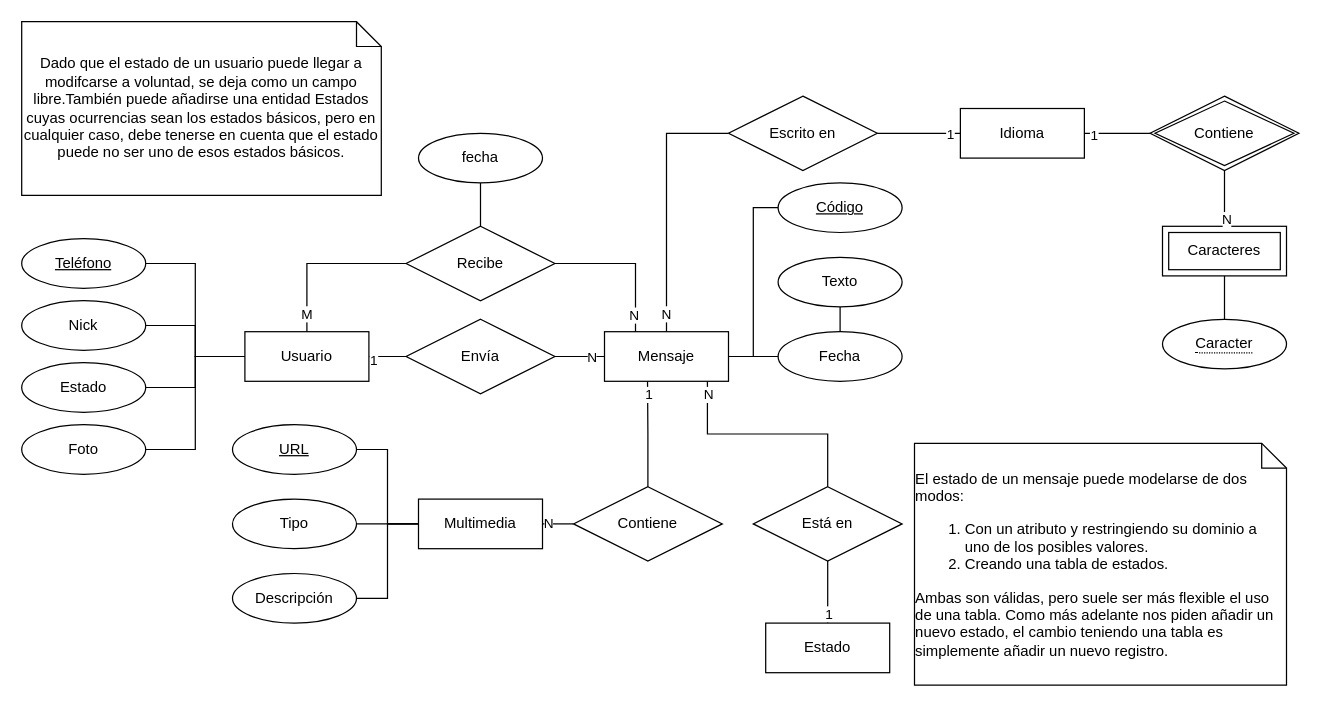
Before: page "Ej1 - E/R Inicial" (1 of 4) of BD20/Diagramas/Untitled Diagram.drawio in akaron79/clases, a draw.io diagram. Source tidied: cells renumbered, new cells numbered last; positions are measured from the earlier drawing's top-left corner, leaving out a move shared by most shapes. Both pictures are drawn from the tidied source at 124%, with x=0, y=0 at pixel (21, 21).
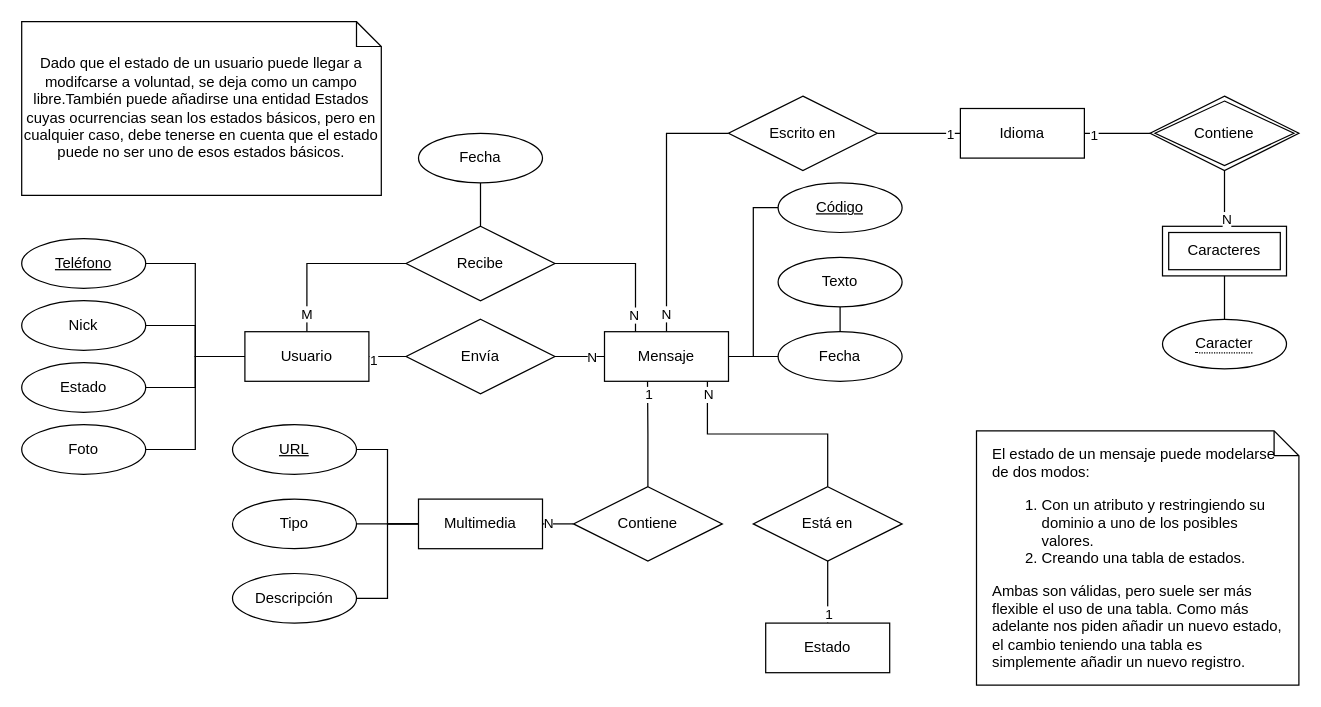
After the change.

Change to the diagram source:
```diff
@@
-    <mxCell id="30" value="fecha" style="ellipse;whiteSpace=wrap;html=1;align=center;" parent="1" vertex="1">
+    <mxCell id="30" value="Fecha" style="ellipse;whiteSpace=wrap;html=1;align=center;" parent="1" vertex="1">
       <mxGeometry x="320" y="90" width="100" height="40" as="geometry" />
     </mxCell>
@@
-    <mxCell id="59" value="&lt;div align=&quot;left&quot;&gt;El estado de un mensaje puede modelarse de dos modos:&lt;/div&gt;&lt;div align=&quot;left&quot;&gt;&lt;ol&gt;&lt;li&gt;Con un atributo y restringiendo su dominio a uno de los posibles valores.&lt;/li&gt;&lt;li&gt;Creando una tabla de estados.&lt;/li&gt;&lt;/ol&gt;&lt;div&gt;Ambas son válidas, pero suele ser más flexible el uso de una tabla. Como más adelante nos piden añadir un nuevo estado, el cambio teniendo una tabla es simplemente añadir un nuevo registro.&lt;br&gt;&lt;/div&gt;&lt;/div&gt;" style="shape=note;size=20;whiteSpace=wrap;html=1;" parent="1" vertex="1">
-      <mxGeometry x="720" y="340" width="300" height="195" as="geometry" />
+    <mxCell id="59" value="&lt;div align=&quot;left&quot;&gt;El estado de un mensaje puede modelarse de dos modos:&lt;/div&gt;&lt;div align=&quot;left&quot;&gt;&lt;ol&gt;&lt;li&gt;Con un atributo y restringiendo su dominio a uno de los posibles valores.&lt;/li&gt;&lt;li&gt;Creando una tabla de estados.&lt;/li&gt;&lt;/ol&gt;&lt;div&gt;Ambas son válidas, pero suele ser más flexible el uso de una tabla. Como más adelante nos piden añadir un nuevo estado, el cambio teniendo una tabla es simplemente añadir un nuevo registro.&lt;br&gt;&lt;/div&gt;&lt;/div&gt;" style="shape=note;size=20;whiteSpace=wrap;html=1;spacingLeft=12;spacingRight=12;" parent="1" vertex="1">
+      <mxGeometry x="770" y="330" width="260" height="205" as="geometry" />
     </mxCell>
```
